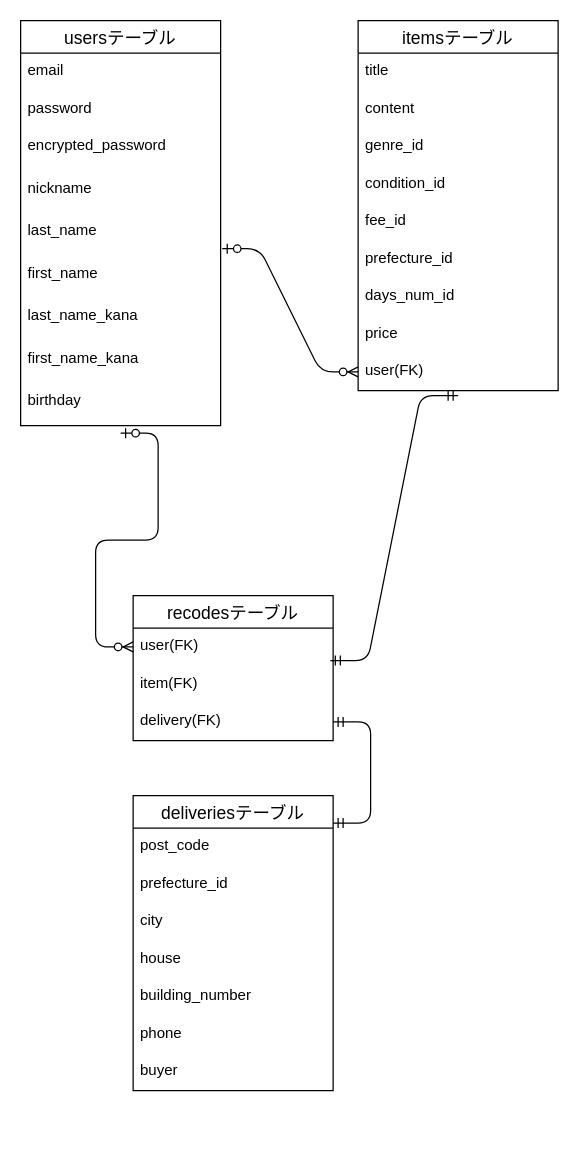
Above: ER.dio in RitsukoOishi/furima-37549 (draw.io), before the change. Source tidied: cells renumbered, new cells numbered last; positions are measured from the earlier drawing's top-left corner, leaving out a move shared by most shapes. Both pictures are drawn from the tidied source at 125%, with x=0, y=0 at pixel (20, 20).
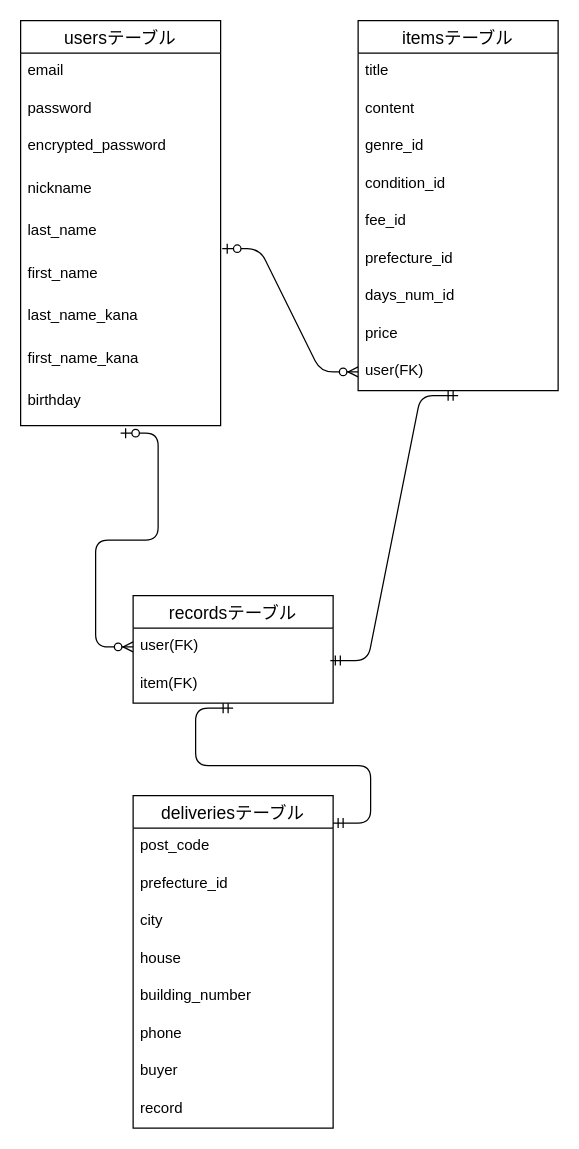
The same page after the edit.

Diff of the diagram source:
```diff
@@
     <mxCell id="23" value="deliveriesテーブル" style="swimlane;fontStyle=0;horizontal=1;startSize=26;align=center;fontSize=14;" parent="1" vertex="1">
-      <mxGeometry x="90" y="620" width="160" height="236" as="geometry" />
+      <mxGeometry x="90" y="620" width="160" height="266" as="geometry" />
     </mxCell>
@@
+    <mxCell id="38" value="record" style="text;strokeColor=none;fillColor=none;spacingLeft=4;spacingRight=4;overflow=hidden;fontSize=12;" parent="23" vertex="1">
+      <mxGeometry y="236" width="160" height="30" as="geometry" />
+    </mxCell>
-    <mxCell id="31" value="recodesテーブル" style="swimlane;fontStyle=0;horizontal=1;startSize=26;align=center;fontSize=14;" parent="1" vertex="1">
-      <mxGeometry x="90" y="460" width="160" height="116" as="geometry" />
+    <mxCell id="31" value="recordsテーブル" style="swimlane;fontStyle=0;horizontal=1;startSize=26;align=center;fontSize=14;" parent="1" vertex="1">
+      <mxGeometry x="90" y="460" width="160" height="86" as="geometry" />
     </mxCell>
@@
-    <mxCell id="34" value="delivery(FK)" style="text;strokeColor=none;fillColor=none;spacingLeft=4;spacingRight=4;overflow=hidden;points=[[0,0.5],[1,0.5]];portConstraint=eastwest;fontSize=12;" parent="31" vertex="1">
-      <mxGeometry y="86" width="160" height="30" as="geometry" />
-    </mxCell>
@@
-    <mxCell id="37" style="edgeStyle=entityRelationEdgeStyle;fontSize=12;html=1;endArrow=ERmandOne;startArrow=ERmandOne;exitX=0.986;exitY=-0.136;exitDx=0;exitDy=0;exitPerimeter=0;entryX=1;entryY=0.5;entryDx=0;entryDy=0;" parent="1" edge="1" target="34">
+    <mxCell id="37" style="edgeStyle=entityRelationEdgeStyle;fontSize=12;html=1;endArrow=ERmandOne;startArrow=ERmandOne;exitX=0.986;exitY=-0.136;exitDx=0;exitDy=0;exitPerimeter=0;" parent="1" edge="1">
       <mxGeometry relative="1" as="geometry">
         <mxPoint x="250" y="641.9" as="sourcePoint" />
+        <mxPoint x="170" y="550" as="targetPoint" />
       </mxGeometry>
     </mxCell>
```
